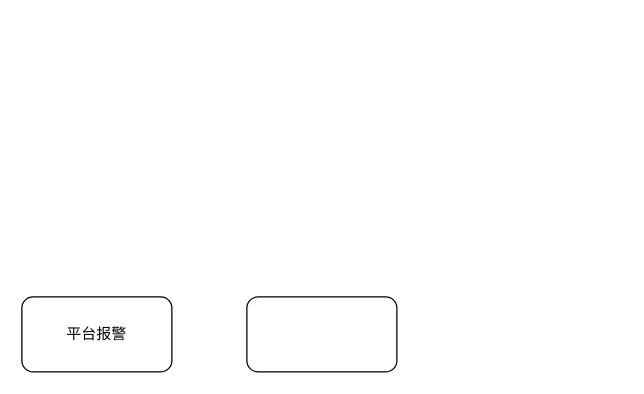
Above: 未命名绘图.drawio in shinePilgrimage/draw (draw.io), before the change. Source tidied: cells renumbered, new cells numbered last; positions are measured from the earlier drawing's top-left corner, leaving out a move shared by most shapes. Both pictures are drawn from the tidied source at 125%, with x=0, y=0 at pixel (21, 296).
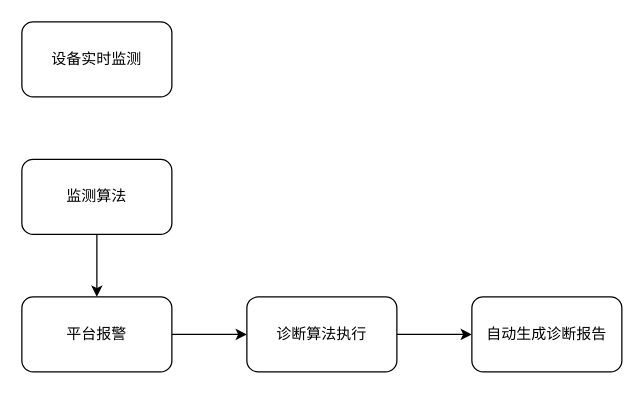
Above is the later version.

Commit message:
更新未命名绘图.drawio

Change to the diagram source:
```diff
@@
 <mxGraphModel>
   <root>
     <mxCell id="0" />
     <mxCell id="1" parent="0" />
+    <mxCell id="4" style="edgeStyle=orthogonalEdgeStyle;rounded=0;jettySize=auto;html=1;entryX=0;entryY=0.5;entryDx=0;entryDy=0;defaultLabelBackgroundColor=gap;" parent="1" edge="1" source="2" target="3">
+      <mxGeometry relative="1" as="geometry" />
+    </mxCell>
     <mxCell id="2" value="平台报警" style="rounded=1;whiteSpace=wrap;html=1;roundedPerimeter=1;" parent="1" vertex="1">
       <mxGeometry width="120" height="60" as="geometry" />
     </mxCell>
+    <mxCell id="5" style="edgeStyle=orthogonalEdgeStyle;rounded=0;jettySize=auto;html=1;entryX=0;entryY=0.5;entryDx=0;entryDy=0;defaultLabelBackgroundColor=gap;" parent="1" edge="1" source="3" target="8">
+      <mxGeometry relative="1" as="geometry" />
+    </mxCell>
-    <mxCell id="3" style="rounded=1;whiteSpace=wrap;html=1;roundedPerimeter=1;" parent="1" vertex="1">
+    <mxCell id="3" value="诊断算法执行" style="rounded=1;whiteSpace=wrap;html=1;roundedPerimeter=1;" parent="1" vertex="1">
       <mxGeometry x="180" width="120" height="60" as="geometry" />
     </mxCell>
+    <mxCell id="6" style="edgeStyle=orthogonalEdgeStyle;rounded=0;jettySize=auto;html=1;entryX=0.5;entryY=0;entryDx=0;entryDy=0;defaultLabelBackgroundColor=gap;" parent="1" edge="1" source="7" target="2">
+      <mxGeometry relative="1" as="geometry" />
+    </mxCell>
+    <mxCell id="7" value="监测算法" style="rounded=1;whiteSpace=wrap;html=1;roundedPerimeter=1;" parent="1" vertex="1">
+      <mxGeometry y="-110" width="120" height="60" as="geometry" />
+    </mxCell>
+    <mxCell id="8" value="自动生成诊断报告" style="rounded=1;whiteSpace=wrap;html=1;roundedPerimeter=1;" parent="1" vertex="1">
+      <mxGeometry x="360" width="120" height="60" as="geometry" />
+    </mxCell>
+    <mxCell id="9" value="设备实时监测" style="rounded=1;whiteSpace=wrap;html=1;roundedPerimeter=1;" parent="1" vertex="1">
+      <mxGeometry y="-220" width="120" height="60" as="geometry" />
+    </mxCell>
   </root>
 </mxGraphModel>
```
